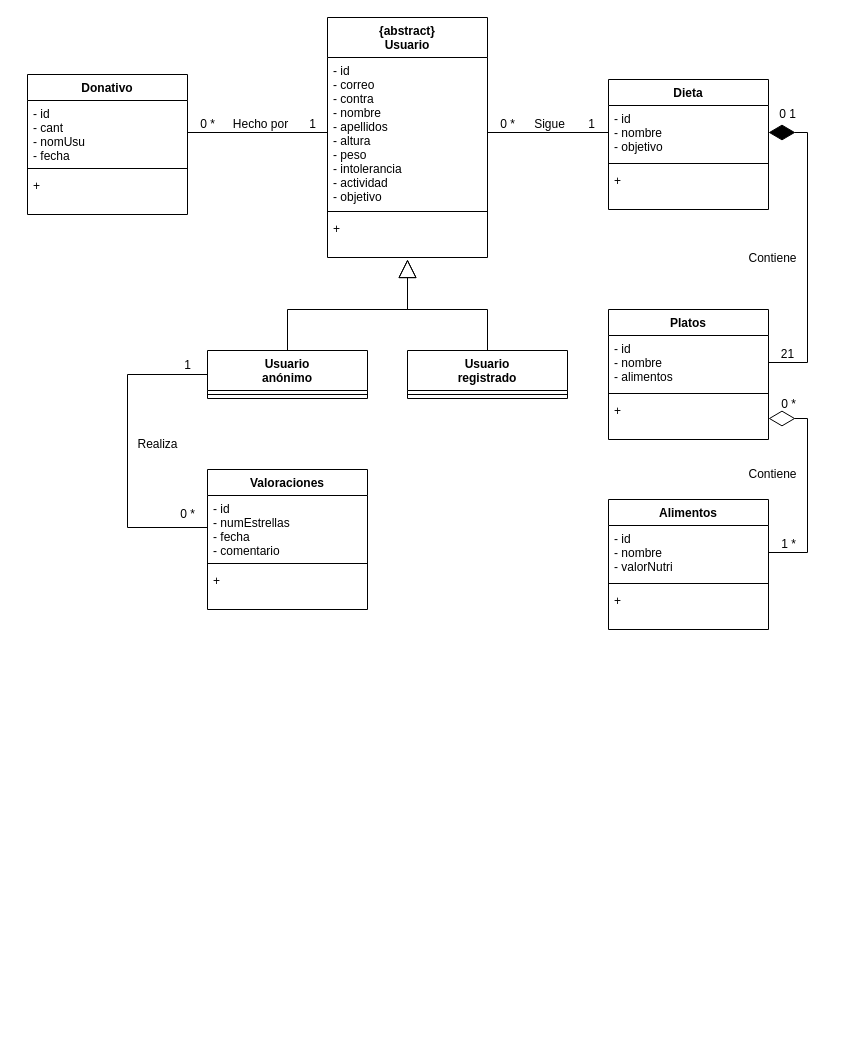
Before: UML/DiagramaClases.drawio in hugoestelles/EquipoVerde, a draw.io diagram. Source tidied: cells renumbered, new cells numbered last; positions are measured from the earlier drawing's top-left corner, leaving out a move shared by most shapes. Both pictures are drawn from the tidied source at 100%, with x=0, y=0 at pixel (27, 17).
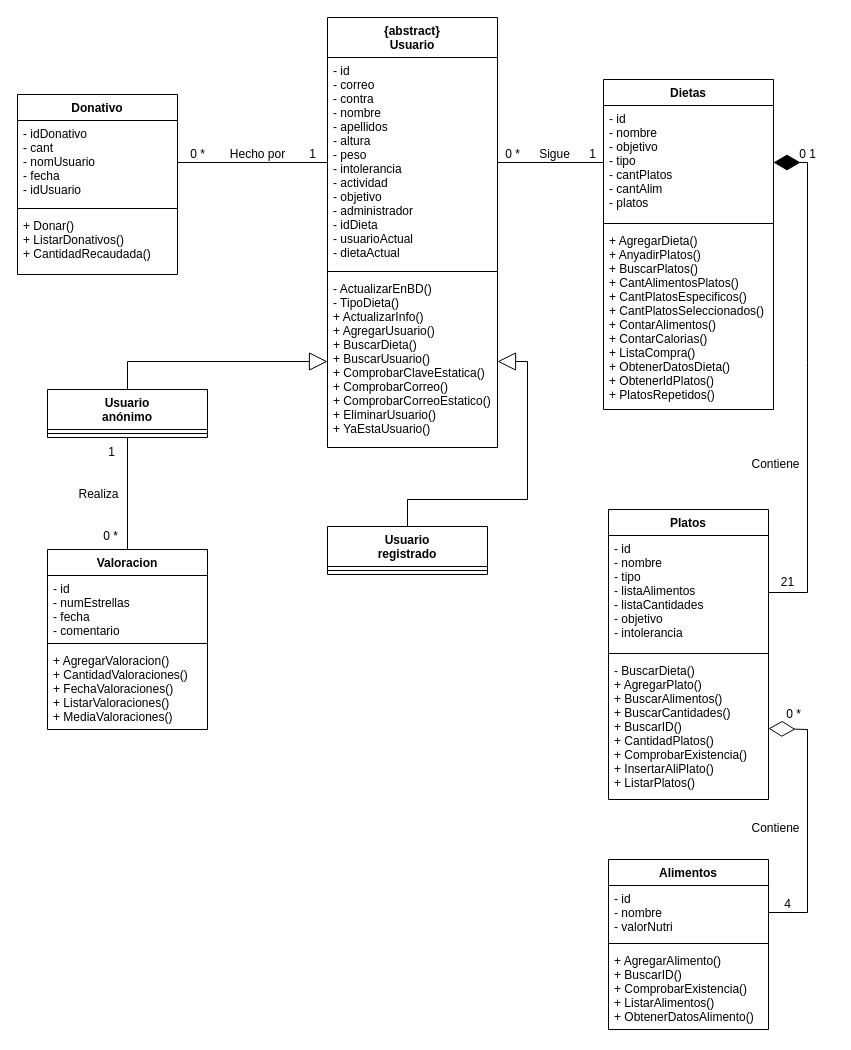
The same diagram, later.

Commit message (it also covers changes not shown here):
Diagrama de clases acabado

Unchanged cells that the change refers to:
```xml
<mxCell id="30" value="- id&#10;- nombre&#10;- valorNutri" style="text;strokeColor=none;fillColor=none;align=left;verticalAlign=top;spacingLeft=4;spacingRight=4;overflow=hidden;points=[[0,0.5],[1,0.5]];portConstraint=eastwest;fontSize=12;spacing=2;spacingTop=0;spacingBottom=0;" parent="29" vertex="1">
  <mxGeometry y="26" width="160" height="54" as="geometry" />
</mxCell>
<mxCell id="34" value="- id&#10;- numEstrellas&#10;- fecha&#10;- comentario" style="text;strokeColor=none;fillColor=none;align=left;verticalAlign=top;spacingLeft=4;spacingRight=4;overflow=hidden;points=[[0,0.5],[1,0.5]];portConstraint=eastwest;fontSize=12;spacing=2;spacingTop=0;spacingBottom=0;" parent="33" vertex="1">
  <mxGeometry y="26" width="160" height="64" as="geometry" />
</mxCell>
```

The edit, as a diff of the source:
```diff
@@
     <mxCell id="2" value="Donativo" style="swimlane;fontStyle=1;align=center;verticalAlign=top;horizontal=1;startSize=26;" parent="1" vertex="1">
-      <mxGeometry y="57" width="160" height="140" as="geometry" />
+      <mxGeometry x="-10" y="77" width="160" height="180" as="geometry" />
     </mxCell>
-    <mxCell id="3" value="- id&#10;- cant&#10;- nomUsu&#10;- fecha" style="text;strokeColor=none;fillColor=none;align=left;verticalAlign=top;spacingLeft=4;spacingRight=4;overflow=hidden;points=[[0,0.5],[1,0.5]];portConstraint=eastwest;fontSize=12;spacing=2;spacingTop=0;spacingBottom=0;" parent="2" vertex="1">
-      <mxGeometry y="26" width="160" height="64" as="geometry" />
+    <mxCell id="3" value="- idDonativo&#10;- cant&#10;- nomUsuario&#10;- fecha&#10;- idUsuario" style="text;strokeColor=none;fillColor=none;align=left;verticalAlign=top;spacingLeft=4;spacingRight=4;overflow=hidden;points=[[0,0.5],[1,0.5]];portConstraint=eastwest;fontSize=12;spacing=2;spacingTop=0;spacingBottom=0;" parent="2" vertex="1">
+      <mxGeometry y="26" width="160" height="84" as="geometry" />
     </mxCell>
     <mxCell id="4" style="line;strokeWidth=1;fillColor=none;align=left;verticalAlign=middle;spacingTop=-1;spacingLeft=3;spacingRight=3;labelPosition=right;strokeColor=inherit;" parent="2" vertex="1">
-      <mxGeometry y="90" width="160" height="8" as="geometry" />
+      <mxGeometry y="110" width="160" height="8" as="geometry" />
     </mxCell>
-    <mxCell id="5" value="+ " style="text;strokeColor=none;fillColor=none;align=left;verticalAlign=top;spacingLeft=4;spacingRight=4;overflow=hidden;" parent="2" vertex="1">
-      <mxGeometry y="98" width="160" height="42" as="geometry" />
+    <mxCell id="5" value="+ Donar()&#10;+ ListarDonativos()&#10;+ CantidadRecaudada()" style="text;strokeColor=none;fillColor=none;align=left;verticalAlign=top;spacingLeft=4;spacingRight=4;overflow=hidden;" parent="2" vertex="1">
+      <mxGeometry y="118" width="160" height="62" as="geometry" />
     </mxCell>
@@
     <mxCell id="7" value="Hecho por" style="text;html=1;align=center;verticalAlign=middle;strokeColor=none;fillColor=none;" parent="1" vertex="1">
-      <mxGeometry x="193" y="92" width="80" height="30" as="geometry" />
+      <mxGeometry x="190" y="122" width="80" height="30" as="geometry" />
     </mxCell>
     <mxCell id="8" value="0 *" style="text;html=1;align=center;verticalAlign=middle;strokeColor=none;fillColor=none;fontSize=12;" parent="1" vertex="1">
-      <mxGeometry x="160" y="92" width="40" height="30" as="geometry" />
+      <mxGeometry x="150" y="122" width="40" height="30" as="geometry" />
     </mxCell>
     <mxCell id="9" value="1" style="text;html=1;align=center;verticalAlign=middle;strokeColor=none;fillColor=none;fontSize=12;" parent="1" vertex="1">
-      <mxGeometry x="270" y="92" width="30" height="30" as="geometry" />
+      <mxGeometry x="270" y="122" width="30" height="30" as="geometry" />
     </mxCell>
     <mxCell id="10" value="{abstract}&#10;Usuario" style="swimlane;fontStyle=1;align=center;verticalAlign=top;horizontal=1;startSize=40;" parent="1" vertex="1">
-      <mxGeometry x="300" width="160" height="240" as="geometry" />
+      <mxGeometry x="300" width="170" height="430" as="geometry" />
     </mxCell>
-    <mxCell id="11" value="- id&#10;- correo&#10;- contra&#10;- nombre&#10;- apellidos&#10;- altura&#10;- peso&#10;- intolerancia&#10;- actividad&#10;- objetivo" style="text;strokeColor=none;fillColor=none;align=left;verticalAlign=top;spacingLeft=4;spacingRight=4;overflow=hidden;points=[[0,0.5],[1,0.5]];portConstraint=eastwest;fontSize=12;spacing=2;spacingTop=0;spacingBottom=0;" parent="10" vertex="1">
-      <mxGeometry y="40" width="160" height="150" as="geometry" />
+    <mxCell id="11" value="- id&#10;- correo&#10;- contra&#10;- nombre&#10;- apellidos&#10;- altura&#10;- peso&#10;- intolerancia&#10;- actividad&#10;- objetivo&#10;- administrador&#10;- idDieta&#10;- usuarioActual&#10;- dietaActual" style="text;strokeColor=none;fillColor=none;align=left;verticalAlign=top;spacingLeft=4;spacingRight=4;overflow=hidden;points=[[0,0.5],[1,0.5]];portConstraint=eastwest;fontSize=12;spacing=2;spacingTop=0;spacingBottom=0;" parent="10" vertex="1">
+      <mxGeometry y="40" width="170" height="210" as="geometry" />
     </mxCell>
     <mxCell id="12" style="line;strokeWidth=1;fillColor=none;align=left;verticalAlign=middle;spacingTop=-1;spacingLeft=3;spacingRight=3;labelPosition=right;strokeColor=inherit;" parent="10" vertex="1">
-      <mxGeometry y="190" width="160" height="8" as="geometry" />
+      <mxGeometry y="250" width="170" height="8" as="geometry" />
     </mxCell>
-    <mxCell id="13" value="+ " style="text;strokeColor=none;fillColor=none;align=left;verticalAlign=top;spacingLeft=4;spacingRight=4;overflow=hidden;points=[[0,0.5],[1,0.5]];portConstraint=eastwest;" parent="10" vertex="1">
-      <mxGeometry y="198" width="160" height="42" as="geometry" />
+    <mxCell id="13" value="- ActualizarEnBD()&#10;- TipoDieta()&#10;+ ActualizarInfo()&#10;+ AgregarUsuario()&#10;+ BuscarDieta()&#10;+ BuscarUsuario()&#10;+ ComprobarClaveEstatica()&#10;+ ComprobarCorreo()&#10;+ ComprobarCorreoEstatico()&#10;+ EliminarUsuario()&#10;+ YaEstaUsuario()" style="text;strokeColor=none;fillColor=none;align=left;verticalAlign=top;spacingLeft=4;spacingRight=4;overflow=hidden;points=[[0,0.5],[1,0.5]];portConstraint=eastwest;" parent="10" vertex="1">
+      <mxGeometry y="258" width="170" height="172" as="geometry" />
     </mxCell>
     <mxCell id="14" value="Platos" style="swimlane;fontStyle=1;align=center;verticalAlign=top;horizontal=1;startSize=26;" parent="1" vertex="1">
-      <mxGeometry x="581" y="292" width="160" height="130" as="geometry" />
+      <mxGeometry x="581" y="492" width="160" height="290" as="geometry" />
     </mxCell>
-    <mxCell id="15" value="- id&#10;- nombre&#10;- alimentos" style="text;strokeColor=none;fillColor=none;align=left;verticalAlign=top;spacingLeft=4;spacingRight=4;overflow=hidden;points=[[0,0.5],[1,0.5]];portConstraint=eastwest;fontSize=12;spacing=2;spacingTop=0;spacingBottom=0;" parent="14" vertex="1">
-      <mxGeometry y="26" width="160" height="54" as="geometry" />
+    <mxCell id="15" value="- id&#10;- nombre&#10;- tipo&#10;- listaAlimentos&#10;- listaCantidades&#10;- objetivo&#10;- intolerancia" style="text;strokeColor=none;fillColor=none;align=left;verticalAlign=top;spacingLeft=4;spacingRight=4;overflow=hidden;points=[[0,0.5],[1,0.5]];portConstraint=eastwest;fontSize=12;spacing=2;spacingTop=0;spacingBottom=0;" parent="14" vertex="1">
+      <mxGeometry y="26" width="160" height="114" as="geometry" />
     </mxCell>
     <mxCell id="16" style="line;strokeWidth=1;fillColor=none;align=left;verticalAlign=middle;spacingTop=-1;spacingLeft=3;spacingRight=3;labelPosition=right;strokeColor=inherit;" parent="14" vertex="1">
-      <mxGeometry y="80" width="160" height="8" as="geometry" />
+      <mxGeometry y="140" width="160" height="8" as="geometry" />
     </mxCell>
-    <mxCell id="17" value="+ " style="text;strokeColor=none;fillColor=none;align=left;verticalAlign=top;spacingLeft=4;spacingRight=4;overflow=hidden;points=[[0,0.5],[1,0.5]];portConstraint=eastwest;" parent="14" vertex="1">
-      <mxGeometry y="88" width="160" height="42" as="geometry" />
+    <mxCell id="17" value="- BuscarDieta()&#10;+ AgregarPlato()&#10;+ BuscarAlimentos()&#10;+ BuscarCantidades()&#10;+ BuscarID()&#10;+ CantidadPlatos()&#10;+ ComprobarExistencia()&#10;+ InsertarAliPlato()&#10;+ ListarPlatos()" style="text;strokeColor=none;fillColor=none;align=left;verticalAlign=top;spacingLeft=4;spacingRight=4;overflow=hidden;points=[[0,0.5],[1,0.5]];portConstraint=eastwest;" parent="14" vertex="1">
+      <mxGeometry y="148" width="160" height="142" as="geometry" />
     </mxCell>
     <mxCell id="18" value="Sigue" style="text;html=1;align=center;verticalAlign=middle;strokeColor=none;fillColor=none;" parent="1" vertex="1">
-      <mxGeometry x="497" y="92" width="50" height="30" as="geometry" />
+      <mxGeometry x="502" y="122" width="50" height="30" as="geometry" />
     </mxCell>
     <mxCell id="19" value="0 *" style="text;html=1;align=center;verticalAlign=middle;strokeColor=none;fillColor=none;fontSize=12;" parent="1" vertex="1">
-      <mxGeometry x="460" y="92" width="40" height="30" as="geometry" />
+      <mxGeometry x="465" y="122" width="40" height="30" as="geometry" />
     </mxCell>
     <mxCell id="20" value="1" style="text;html=1;align=center;verticalAlign=middle;strokeColor=none;fillColor=none;fontSize=12;" parent="1" vertex="1">
-      <mxGeometry x="549" y="92" width="30" height="30" as="geometry" />
+      <mxGeometry x="550" y="122" width="30" height="30" as="geometry" />
     </mxCell>
-    <mxCell id="21" value="Dieta" style="swimlane;fontStyle=1;align=center;verticalAlign=top;horizontal=1;startSize=26;" parent="1" vertex="1">
-      <mxGeometry x="581" y="62" width="160" height="130" as="geometry" />
+    <mxCell id="21" value="Dietas" style="swimlane;fontStyle=1;align=center;verticalAlign=top;horizontal=1;startSize=26;" parent="1" vertex="1">
+      <mxGeometry x="576" y="62" width="170" height="330" as="geometry" />
     </mxCell>
-    <mxCell id="22" value="- id&#10;- nombre&#10;- objetivo" style="text;strokeColor=none;fillColor=none;align=left;verticalAlign=top;spacingLeft=4;spacingRight=4;overflow=hidden;points=[[0,0.5],[1,0.5]];portConstraint=eastwest;fontSize=12;spacing=2;spacingTop=0;spacingBottom=0;" parent="21" vertex="1">
-      <mxGeometry y="26" width="160" height="54" as="geometry" />
+    <mxCell id="22" value="- id&#10;- nombre&#10;- objetivo&#10;- tipo&#10;- cantPlatos&#10;- cantAlim&#10;- platos" style="text;strokeColor=none;fillColor=none;align=left;verticalAlign=top;spacingLeft=4;spacingRight=4;overflow=hidden;points=[[0,0.5],[1,0.5]];portConstraint=eastwest;fontSize=12;spacing=2;spacingTop=0;spacingBottom=0;" parent="21" vertex="1">
+      <mxGeometry y="26" width="170" height="114" as="geometry" />
     </mxCell>
     <mxCell id="23" style="line;strokeWidth=1;fillColor=none;align=left;verticalAlign=middle;spacingTop=-1;spacingLeft=3;spacingRight=3;labelPosition=right;strokeColor=inherit;" parent="21" vertex="1">
-      <mxGeometry y="80" width="160" height="8" as="geometry" />
+      <mxGeometry y="140" width="170" height="8" as="geometry" />
     </mxCell>
-    <mxCell id="24" value="+ " style="text;strokeColor=none;fillColor=none;align=left;verticalAlign=top;spacingLeft=4;spacingRight=4;overflow=hidden;" parent="21" vertex="1">
-      <mxGeometry y="88" width="160" height="42" as="geometry" />
+    <mxCell id="24" value="+ AgregarDieta()&#10;+ AnyadirPlatos()&#10;+ BuscarPlatos()&#10;+ CantAlimentosPlatos()&#10;+ CantPlatosEspecificos()&#10;+ CantPlatosSeleccionados()&#10;+ ContarAlimentos()&#10;+ ContarCalorias()&#10;+ ListaCompra()&#10;+ ObtenerDatosDieta()&#10;+ ObtenerIdPlatos()&#10;+ PlatosRepetidos()" style="text;strokeColor=none;fillColor=none;align=left;verticalAlign=top;spacingLeft=4;spacingRight=4;overflow=hidden;" parent="21" vertex="1">
+      <mxGeometry y="148" width="170" height="182" as="geometry" />
     </mxCell>
@@
     <mxCell id="26" value="Contiene" style="text;html=1;align=center;verticalAlign=middle;strokeColor=none;fillColor=none;" parent="1" vertex="1">
-      <mxGeometry x="710" y="226" width="70" height="30" as="geometry" />
+      <mxGeometry x="713" y="432" width="70" height="30" as="geometry" />
     </mxCell>
     <mxCell id="27" value="21" style="text;html=1;align=center;verticalAlign=middle;strokeColor=none;fillColor=none;fontSize=12;" parent="1" vertex="1">
-      <mxGeometry x="740" y="322" width="40" height="30" as="geometry" />
+      <mxGeometry x="740" y="550" width="40" height="30" as="geometry" />
     </mxCell>
     <mxCell id="28" value="0 1" style="text;html=1;align=center;verticalAlign=middle;strokeColor=none;fillColor=none;fontSize=12;" parent="1" vertex="1">
-      <mxGeometry x="740" y="82" width="40" height="30" as="geometry" />
+      <mxGeometry x="760" y="122" width="40" height="30" as="geometry" />
     </mxCell>
     <mxCell id="29" value="Alimentos" style="swimlane;fontStyle=1;align=center;verticalAlign=top;horizontal=1;startSize=26;" parent="1" vertex="1">
-      <mxGeometry x="581" y="482" width="160" height="130" as="geometry" />
+      <mxGeometry x="581" y="842" width="160" height="170" as="geometry" />
     </mxCell>
@@
-    <mxCell id="32" value="+ " style="text;strokeColor=none;fillColor=none;align=left;verticalAlign=top;spacingLeft=4;spacingRight=4;overflow=hidden;" parent="29" vertex="1">
-      <mxGeometry y="88" width="160" height="42" as="geometry" />
+    <mxCell id="32" value="+ AgregarAlimento()&#10;+ BuscarID()&#10;+ ComprobarExistencia()&#10;+ ListarAlimentos()&#10;+ ObtenerDatosAlimento()" style="text;strokeColor=none;fillColor=none;align=left;verticalAlign=top;spacingLeft=4;spacingRight=4;overflow=hidden;" parent="29" vertex="1">
+      <mxGeometry y="88" width="160" height="82" as="geometry" />
     </mxCell>
-    <mxCell id="33" value="Valoraciones" style="swimlane;fontStyle=1;align=center;verticalAlign=top;horizontal=1;startSize=26;" parent="1" vertex="1">
-      <mxGeometry x="180" y="452" width="160" height="140" as="geometry" />
+    <mxCell id="33" value="Valoracion" style="swimlane;fontStyle=1;align=center;verticalAlign=top;horizontal=1;startSize=26;" parent="1" vertex="1">
+      <mxGeometry x="20" y="532" width="160" height="180" as="geometry" />
     </mxCell>
@@
-    <mxCell id="36" value="+ " style="text;strokeColor=none;fillColor=none;align=left;verticalAlign=top;spacingLeft=4;spacingRight=4;overflow=hidden;" parent="33" vertex="1">
-      <mxGeometry y="98" width="160" height="42" as="geometry" />
+    <mxCell id="36" value="+ AgregarValoracion()&#10;+ CantidadValoraciones()&#10;+ FechaValoraciones()&#10;+ ListarValoraciones()&#10;+ MediaValoraciones()" style="text;strokeColor=none;fillColor=none;align=left;verticalAlign=top;spacingLeft=4;spacingRight=4;overflow=hidden;" parent="33" vertex="1">
+      <mxGeometry y="98" width="160" height="82" as="geometry" />
     </mxCell>
     <mxCell id="37" value="Contiene" style="text;html=1;align=center;verticalAlign=middle;strokeColor=none;fillColor=none;" parent="1" vertex="1">
-      <mxGeometry x="710" y="442" width="70" height="30" as="geometry" />
+      <mxGeometry x="713" y="796" width="70" height="30" as="geometry" />
     </mxCell>
-    <mxCell id="38" value="1 *" style="text;html=1;align=center;verticalAlign=middle;strokeColor=none;fillColor=none;fontSize=12;" parent="1" vertex="1">
-      <mxGeometry x="741" y="512" width="40" height="30" as="geometry" />
+    <mxCell id="38" value="4" style="text;html=1;align=center;verticalAlign=middle;strokeColor=none;fillColor=none;fontSize=12;" parent="1" vertex="1">
+      <mxGeometry x="745" y="872" width="30" height="30" as="geometry" />
     </mxCell>
     <mxCell id="39" value="0 *" style="text;html=1;align=center;verticalAlign=middle;strokeColor=none;fillColor=none;fontSize=12;" parent="1" vertex="1">
-      <mxGeometry x="741" y="372" width="40" height="30" as="geometry" />
+      <mxGeometry x="746" y="682" width="40" height="30" as="geometry" />
     </mxCell>
     <mxCell id="40" style="endArrow=diamondThin;endFill=0;endSize=24;html=1;rounded=0;entryX=1;entryY=0.5;entryDx=0;entryDy=0;exitX=1;exitY=0.5;exitDx=0;exitDy=0;" parent="1" edge="1" source="30" target="17">
       <mxGeometry relative="1" as="geometry">
         <Array as="points">
-          <mxPoint x="780" y="535" />
-          <mxPoint x="780" y="401" />
+          <mxPoint x="780" y="895" />
+          <mxPoint x="780" y="712" />
         </Array>
       </mxGeometry>
     </mxCell>
     <mxCell id="41" style="endArrow=diamondThin;endFill=1;endSize=24;html=1;rounded=0;exitX=1;exitY=0.5;exitDx=0;exitDy=0;entryX=1;entryY=0.5;entryDx=0;entryDy=0;" parent="1" edge="1" source="15" target="22">
       <mxGeometry relative="1" as="geometry">
         <Array as="points">
+          <mxPoint x="780" y="575" />
           <mxPoint x="780" y="345" />
-          <mxPoint x="780" y="115" />
+          <mxPoint x="780" y="145" />
         </Array>
       </mxGeometry>
     </mxCell>
     <mxCell id="42" value="Usuario&#10;registrado" style="swimlane;fontStyle=1;align=center;verticalAlign=top;horizontal=1;startSize=40;" parent="1" vertex="1">
-      <mxGeometry x="380" y="333" width="160" height="48" as="geometry" />
+      <mxGeometry x="300" y="509" width="160" height="48" as="geometry" />
     </mxCell>
@@
     <mxCell id="44" value="Usuario&#10;anónimo" style="swimlane;fontStyle=1;align=center;verticalAlign=top;horizontal=1;startSize=40;" parent="1" vertex="1">
-      <mxGeometry x="180" y="333" width="160" height="48" as="geometry" />
+      <mxGeometry x="20" y="372" width="160" height="48" as="geometry" />
     </mxCell>
@@
+    <mxCell id="52" style="endArrow=block;endSize=16;endFill=0;html=1;rounded=0;exitX=0.5;exitY=0;exitDx=0;exitDy=0;entryX=1;entryY=0.5;entryDx=0;entryDy=0;" parent="1" edge="1" source="42" target="13">
+      <mxGeometry relative="1" as="geometry">
+        <Array as="points">
+          <mxPoint x="380" y="482" />
+          <mxPoint x="500" y="482" />
+          <mxPoint x="500" y="344" />
+        </Array>
+      </mxGeometry>
+    </mxCell>
-    <mxCell id="46" style="endArrow=block;endSize=16;endFill=0;html=1;rounded=0;exitX=0.5;exitY=0;exitDx=0;exitDy=0;entryX=0.494;entryY=1.048;entryDx=0;entryDy=0;entryPerimeter=0;" parent="1" edge="1" source="44">
+    <mxCell id="46" style="endArrow=block;endSize=16;endFill=0;html=1;rounded=0;exitX=0.5;exitY=0;exitDx=0;exitDy=0;entryX=0;entryY=0.5;entryDx=0;entryDy=0;" parent="1" edge="1" source="44" target="13">
       <mxGeometry relative="1" as="geometry">
-        <mxPoint x="380" y="242" as="targetPoint" />
         <Array as="points">
-          <mxPoint x="260" y="292" />
-          <mxPoint x="380" y="292" />
+          <mxPoint x="100" y="344" />
         </Array>
       </mxGeometry>
     </mxCell>
-    <mxCell id="47" style="endArrow=block;endSize=16;endFill=0;html=1;rounded=0;exitX=0.5;exitY=0;exitDx=0;exitDy=0;" parent="1" edge="1" source="42">
-      <mxGeometry relative="1" as="geometry">
-        <mxPoint x="380" y="242" as="targetPoint" />
-        <Array as="points">
-          <mxPoint x="460" y="292" />
-          <mxPoint x="380" y="292" />
-        </Array>
-      </mxGeometry>
-    </mxCell>
-    <mxCell id="48" style="endArrow=none;html=1;rounded=0;entryX=0;entryY=0.5;entryDx=0;entryDy=0;exitX=0;exitY=0.5;exitDx=0;exitDy=0;" parent="1" edge="1" source="34" target="44">
-      <mxGeometry relative="1" as="geometry">
-        <Array as="points">
-          <mxPoint x="100" y="510" />
-          <mxPoint x="100" y="357" />
-        </Array>
-      </mxGeometry>
-    </mxCell>
+    <mxCell id="53" style="endArrow=none;html=1;rounded=0;entryX=0.5;entryY=0;entryDx=0;entryDy=0;exitX=0.5;exitY=1;exitDx=0;exitDy=0;" parent="1" edge="1" source="44" target="33">
+      <mxGeometry relative="1" as="geometry" />
+    </mxCell>
     <mxCell id="49" value="Realiza" style="text;html=1;align=center;verticalAlign=middle;strokeColor=none;fillColor=none;" parent="1" vertex="1">
-      <mxGeometry x="100" y="412" width="60" height="30" as="geometry" />
+      <mxGeometry x="41" y="462" width="60" height="30" as="geometry" />
     </mxCell>
+    <mxCell id="51" value="1" style="text;html=1;align=center;verticalAlign=middle;strokeColor=none;fillColor=none;fontSize=12;" parent="1" vertex="1">
+      <mxGeometry x="69" y="420" width="30" height="30" as="geometry" />
+    </mxCell>
     <mxCell id="50" value="0 *" style="text;html=1;align=center;verticalAlign=middle;strokeColor=none;fillColor=none;fontSize=12;" parent="1" vertex="1">
-      <mxGeometry x="140" y="482" width="40" height="30" as="geometry" />
+      <mxGeometry x="63" y="504" width="40" height="30" as="geometry" />
     </mxCell>
-    <mxCell id="51" value="1" style="text;html=1;align=center;verticalAlign=middle;strokeColor=none;fillColor=none;fontSize=12;" parent="1" vertex="1">
-      <mxGeometry x="145" y="333" width="30" height="30" as="geometry" />
-    </mxCell>
```
